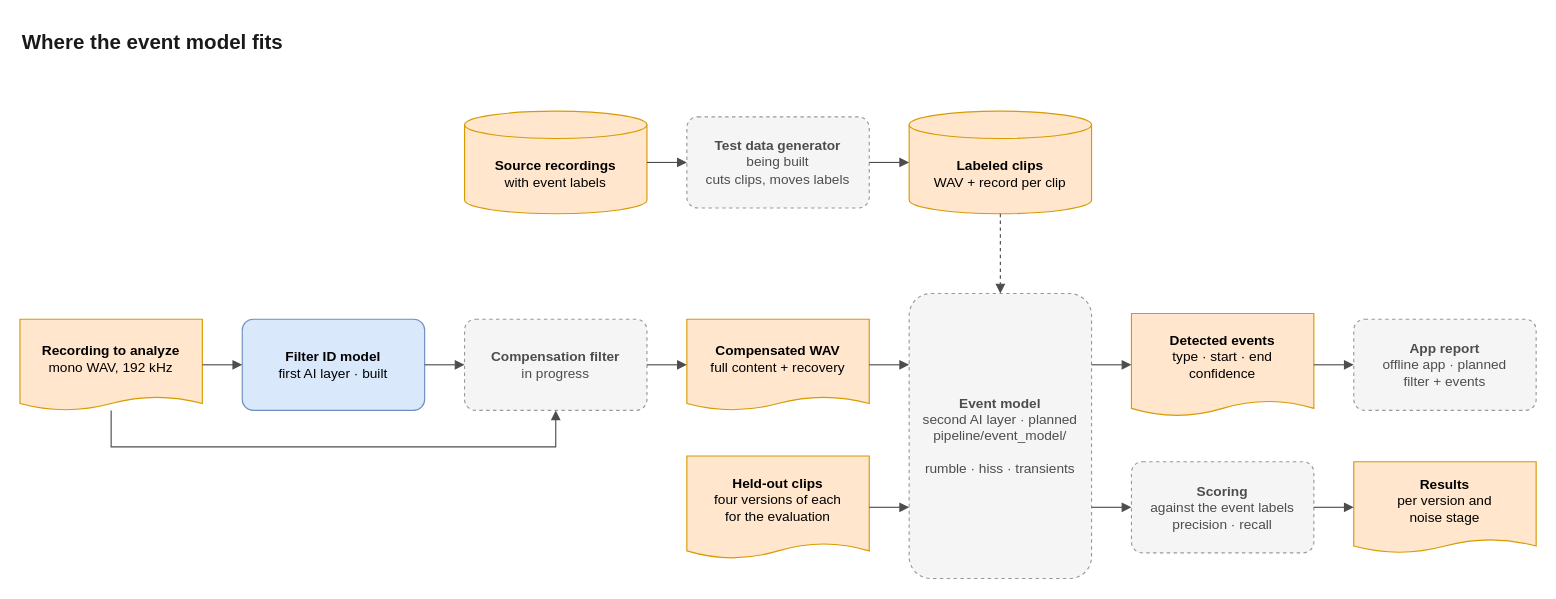
This is page "1 · Where it fits" (1 of 6) of docs/event-model-map/event-model-map.drawio from Dialovos/fpga-audio-source-classifier, a draw.io file, before an edit. Source tidied: cells renumbered, new cells numbered last; positions are measured from the earlier drawing's top-left corner, leaving out a move shared by most shapes. Both pictures are drawn from the tidied source at 114%, with x=0, y=0 at pixel (19, 19).
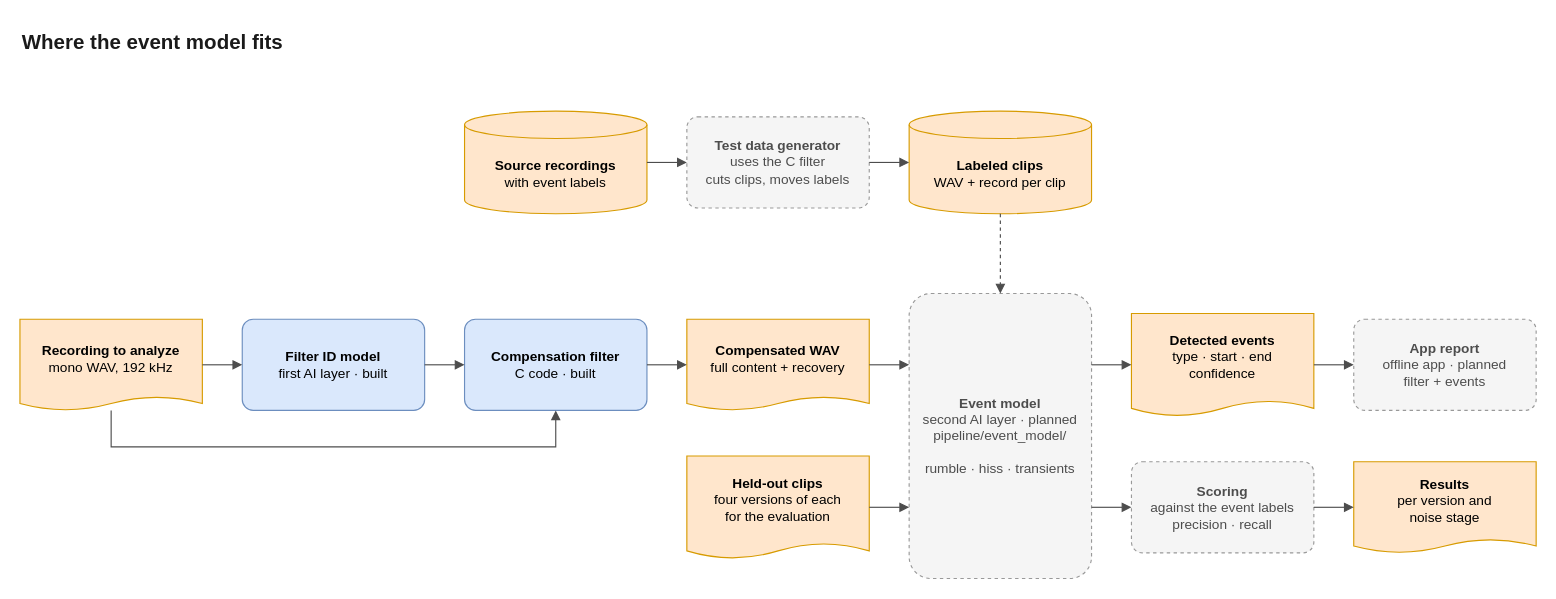
The same page after the edit.

What changed in the source:
```diff
@@
-    <mxCell id="4" value="&lt;b&gt;Test data generator&lt;/b&gt;&lt;br&gt;being built&lt;br&gt;cuts clips, moves labels" style="rounded=1;arcSize=12;whiteSpace=wrap;html=1;fontSize=12;fillColor=#f5f5f5;strokeColor=#999999;dashed=1;fontColor=#4d4d4d;" parent="1" vertex="1">
+    <mxCell id="4" value="&lt;b&gt;Test data generator&lt;/b&gt;&lt;br&gt;uses the C filter&lt;br&gt;cuts clips, moves labels" style="rounded=1;arcSize=12;whiteSpace=wrap;html=1;fontSize=12;fillColor=#f5f5f5;strokeColor=#999999;dashed=1;fontColor=#4d4d4d;" parent="1" vertex="1">
       <mxGeometry x="585" y="85" width="160" height="80" as="geometry" />
     </mxCell>
@@
-    <mxCell id="9" value="&lt;b&gt;Compensation filter&lt;/b&gt;&lt;br&gt;in progress" style="rounded=1;arcSize=12;whiteSpace=wrap;html=1;fontSize=12;fillColor=#f5f5f5;strokeColor=#999999;dashed=1;fontColor=#4d4d4d;" parent="1" vertex="1">
+    <mxCell id="9" value="&lt;b&gt;Compensation filter&lt;/b&gt;&lt;br&gt;C code  ·  built" style="rounded=1;arcSize=12;whiteSpace=wrap;html=1;fontSize=12;fillColor=#dae8fc;strokeColor=#6c8ebf;" parent="1" vertex="1">
       <mxGeometry x="390" y="262.5" width="160" height="80" as="geometry" />
     </mxCell>
```
